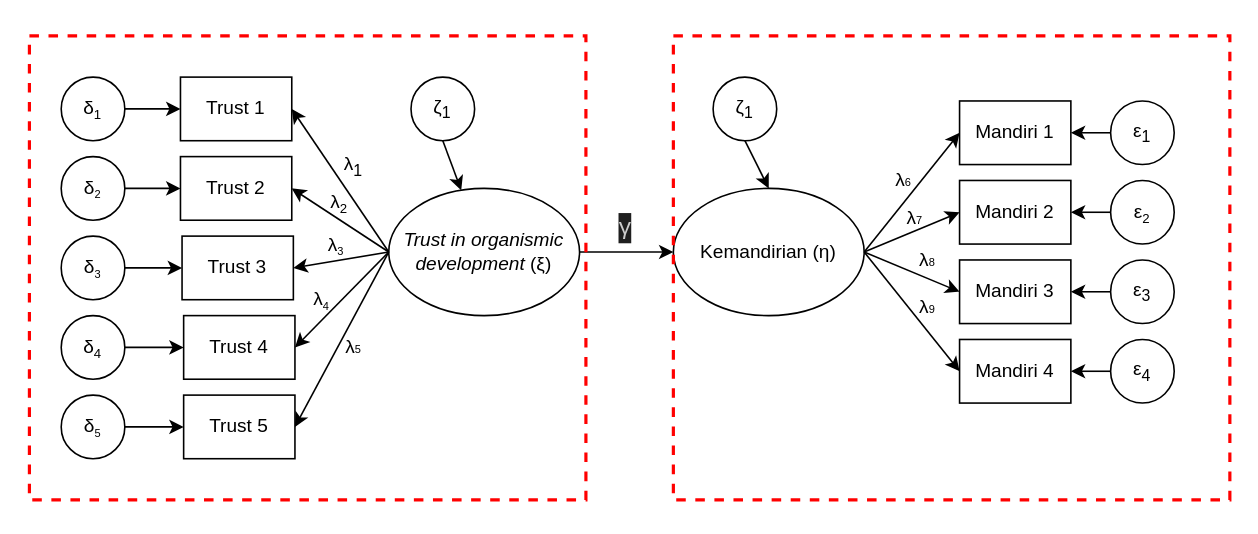
The draw.io diagram page "latin" (12 of 13) of docs/materials/diagrams.drawio in rameliaz/mg-sem-workshop, before the edit. Source tidied: cells renumbered, new cells numbered last; positions are measured from the earlier drawing's top-left corner, leaving out a move shared by most shapes. Both pictures are drawn from the tidied source at 159%, with x=0, y=0 at pixel (29, 35).
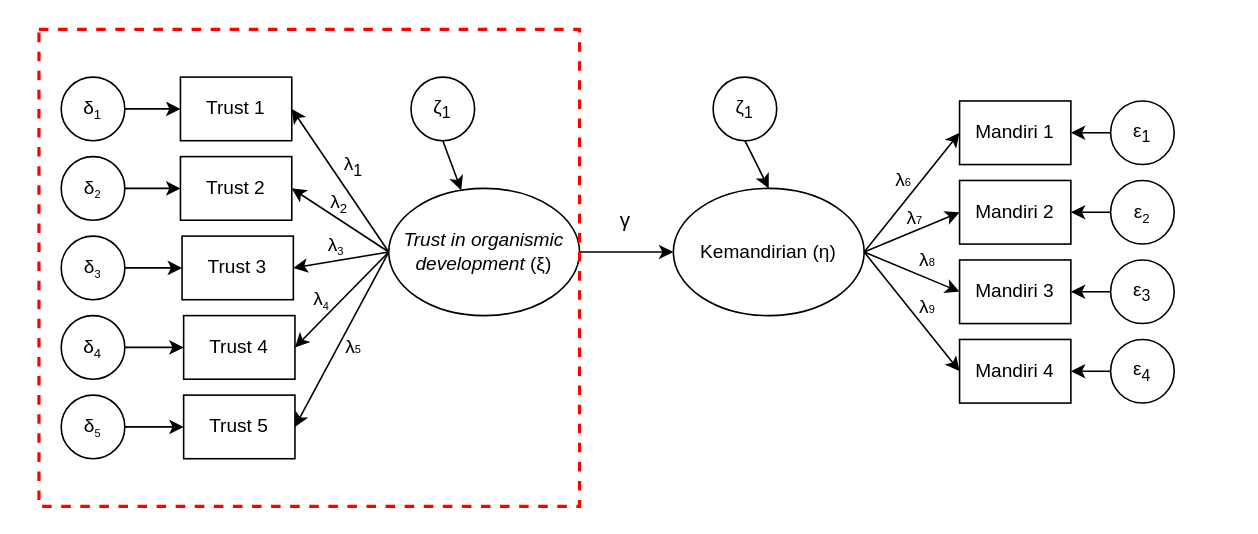
Above is the later version.

The edit, as a diff of the source:
```diff
@@
-    <mxCell id="54" value="&lt;div style=&quot;color: rgb(204, 204, 204); background-color: rgb(31, 31, 31); font-family: Consolas, &amp;quot;Courier New&amp;quot;, monospace; font-size: 14px; line-height: 19px; white-space: pre;&quot;&gt;&lt;div style=&quot;line-height: 19px;&quot;&gt;γ&lt;/div&gt;&lt;/div&gt;" style="text;html=1;whiteSpace=wrap;strokeColor=none;fillColor=none;align=center;verticalAlign=middle;rounded=0;" parent="1" vertex="1">
-      <mxGeometry x="360" y="106" width="30" height="30" as="geometry" />
+    <mxCell id="54" value="γ" style="text;html=1;whiteSpace=wrap;strokeColor=none;fillColor=none;align=center;verticalAlign=middle;rounded=0;fontSize=13;" parent="1" vertex="1">
+      <mxGeometry x="360" y="101" width="30" height="30" as="geometry" />
     </mxCell>
-    <mxCell id="55" style="rounded=0;whiteSpace=wrap;html=1;fillColor=none;dashed=1;strokeColor=#FF0000;strokeWidth=2;" parent="1" vertex="1">
-      <mxGeometry y="0.1" width="350" height="291.8" as="geometry" />
-    </mxCell>
-    <mxCell id="56" style="rounded=0;whiteSpace=wrap;html=1;fillColor=none;dashed=1;strokeColor=#FF0000;strokeWidth=2;" parent="1" vertex="1">
-      <mxGeometry x="405" y="0.1" width="350" height="291.8" as="geometry" />
-    </mxCell>
+    <mxCell id="57" style="rounded=0;whiteSpace=wrap;html=1;fillColor=none;dashed=1;strokeColor=#FF0000;strokeWidth=2;" parent="1" vertex="1">
+      <mxGeometry x="6" y="-4" width="340" height="300" as="geometry" />
+    </mxCell>
```
